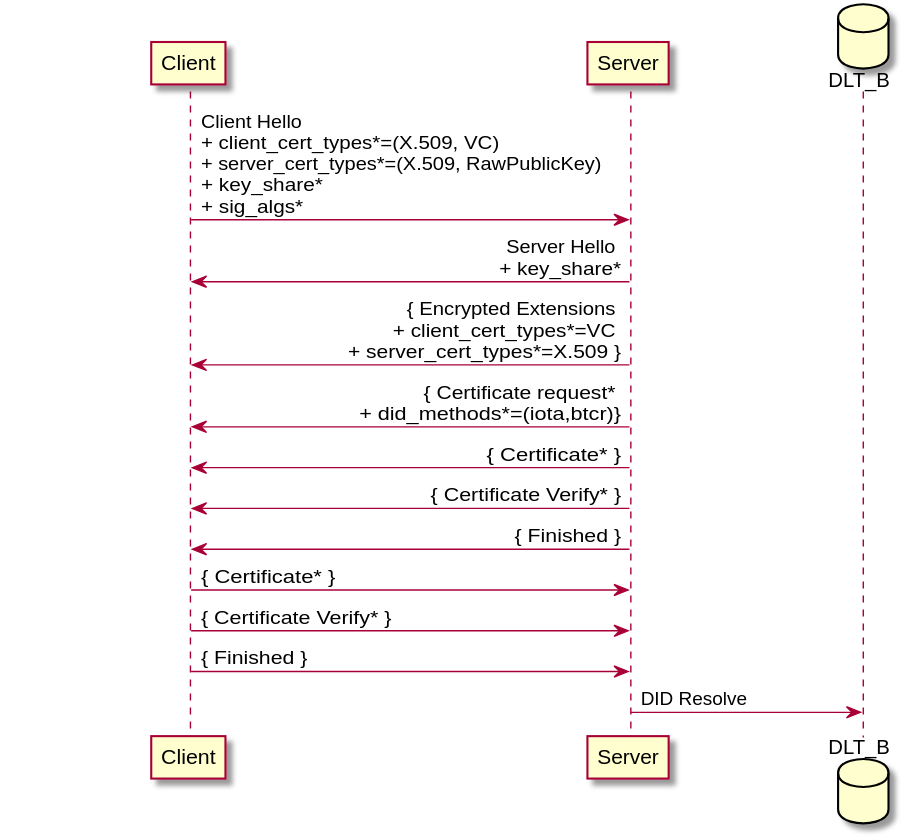
Before: images/clnt-vc-srvr-x509.svg, a diagram exported from PlantUML (thomas-fossati/draft-vesco-vcauthtls).
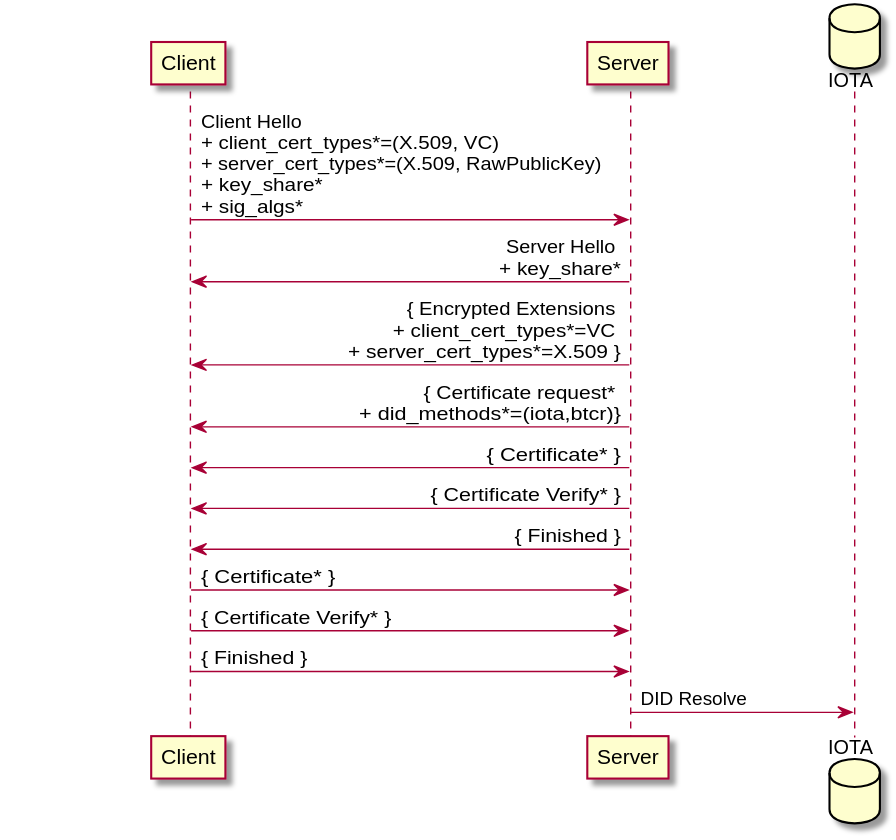
After the commit.

Change to the diagram source:
```diff
@@ -1,7 +1,7 @@
 @startuml clnt-vc-srvr-x509
 participant Client order 2
 participant Server order 3
-database DLT_B order 4
+database IOTA order 4
 skinparam sequenceMessageAlign direction
 skinparam ParticipantPadding 100
 
@@ -15,5 +15,5 @@
 Client -> Server : { Certificate* }
 Client -> Server : { Certificate Verify* }
 Client -> Server : { Finished }
-Server -> DLT_B : DID Resolve
+Server -> IOTA : DID Resolve
 @enduml
```
